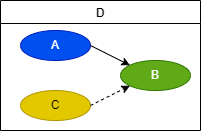
This is Language/png/Seq7.dio.png from DualsoftDev/ds, a draw.io export, as it was before one commit. Source tidied: cells renumbered, new cells last; positions are measured from the earlier drawing's top-left corner, leaving out a move shared by most shapes. Source of this version:
```xml
<mxGraphModel>
  <root>
    <mxCell id="0" />
    <mxCell id="1" parent="0" />
    <mxCell id="2" value="D" style="swimlane;" parent="1" vertex="1">
      <mxGeometry width="200" height="130" as="geometry" />
    </mxCell>
    <mxCell id="3" value="A" style="ellipse;whiteSpace=wrap;html=1;fillColor=#0050ef;fontColor=#ffffff;strokeColor=#001DBC;" parent="2" vertex="1">
      <mxGeometry x="20" y="30" width="70" height="30" as="geometry" />
    </mxCell>
    <mxCell id="4" value="B" style="ellipse;whiteSpace=wrap;html=1;fillColor=#60a917;fontColor=#ffffff;strokeColor=#2D7600;" parent="2" vertex="1">
      <mxGeometry x="120" y="60" width="70" height="30" as="geometry" />
    </mxCell>
    <mxCell id="5" style="edgeStyle=none;html=1;exitX=1;exitY=0.5;exitDx=0;exitDy=0;entryX=0;entryY=0;entryDx=0;entryDy=0;" parent="2" edge="1" source="3" target="4">
      <mxGeometry relative="1" as="geometry" />
    </mxCell>
    <mxCell id="6" value="C" style="ellipse;whiteSpace=wrap;html=1;fillColor=#e3c800;fontColor=#000000;strokeColor=#B09500;" parent="2" vertex="1">
      <mxGeometry x="20" y="90" width="70" height="30" as="geometry" />
    </mxCell>
    <mxCell id="7" style="edgeStyle=none;html=1;exitX=1;exitY=0.5;exitDx=0;exitDy=0;entryX=0;entryY=1;entryDx=0;entryDy=0;dashed=1;" parent="2" edge="1" source="6" target="4">
      <mxGeometry relative="1" as="geometry" />
    </mxCell>
  </root>
</mxGraphModel>
```
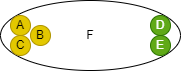
After the commit.

Diff of the diagram source:
```diff
@@ -2,23 +2,23 @@
   <root>
     <mxCell id="0" />
     <mxCell id="1" parent="0" />
+    <mxCell id="8" value="F" style="ellipse;whiteSpace=wrap;html=1;" parent="1" vertex="1">
+      <mxGeometry x="-150" y="-15" width="180" height="70" as="geometry" />
+    </mxCell>
-    <mxCell id="2" value="D" style="swimlane;" parent="1" vertex="1">
-      <mxGeometry width="200" height="130" as="geometry" />
+    <mxCell id="2" value="D" style="ellipse;whiteSpace=wrap;html=1;fillColor=#60a917;fontColor=#ffffff;strokeColor=#2D7600;" parent="1" vertex="1">
+      <mxGeometry width="20" height="20" as="geometry" />
     </mxCell>
+    <mxCell id="9" value="E" style="ellipse;whiteSpace=wrap;html=1;fillColor=#60a917;fontColor=#ffffff;strokeColor=#2D7600;" parent="1" vertex="1">
+      <mxGeometry y="20" width="20" height="20" as="geometry" />
+    </mxCell>
-    <mxCell id="3" value="A" style="ellipse;whiteSpace=wrap;html=1;fillColor=#0050ef;fontColor=#ffffff;strokeColor=#001DBC;" parent="2" vertex="1">
-      <mxGeometry x="20" y="30" width="70" height="30" as="geometry" />
+    <mxCell id="3" value="A" style="ellipse;whiteSpace=wrap;html=1;fillColor=#e3c800;fontColor=#000000;strokeColor=#B09500;" parent="1" vertex="1">
+      <mxGeometry x="-140" width="20" height="20" as="geometry" />
     </mxCell>
-    <mxCell id="4" value="B" style="ellipse;whiteSpace=wrap;html=1;fillColor=#60a917;fontColor=#ffffff;strokeColor=#2D7600;" parent="2" vertex="1">
-      <mxGeometry x="120" y="60" width="70" height="30" as="geometry" />
+    <mxCell id="4" value="B" style="ellipse;whiteSpace=wrap;html=1;fillColor=#e3c800;fontColor=#000000;strokeColor=#B09500;" parent="1" vertex="1">
+      <mxGeometry x="-120" y="10" width="20" height="20" as="geometry" />
     </mxCell>
-    <mxCell id="5" style="edgeStyle=none;html=1;exitX=1;exitY=0.5;exitDx=0;exitDy=0;entryX=0;entryY=0;entryDx=0;entryDy=0;" parent="2" edge="1" source="3" target="4">
-      <mxGeometry relative="1" as="geometry" />
-    </mxCell>
-    <mxCell id="6" value="C" style="ellipse;whiteSpace=wrap;html=1;fillColor=#e3c800;fontColor=#000000;strokeColor=#B09500;" parent="2" vertex="1">
-      <mxGeometry x="20" y="90" width="70" height="30" as="geometry" />
+    <mxCell id="6" value="C" style="ellipse;whiteSpace=wrap;html=1;fillColor=#e3c800;fontColor=#000000;strokeColor=#B09500;" parent="1" vertex="1">
+      <mxGeometry x="-140" y="20" width="20" height="20" as="geometry" />
     </mxCell>
-    <mxCell id="7" style="edgeStyle=none;html=1;exitX=1;exitY=0.5;exitDx=0;exitDy=0;entryX=0;entryY=1;entryDx=0;entryDy=0;dashed=1;" parent="2" edge="1" source="6" target="4">
-      <mxGeometry relative="1" as="geometry" />
-    </mxCell>
   </root>
 </mxGraphModel>
```
